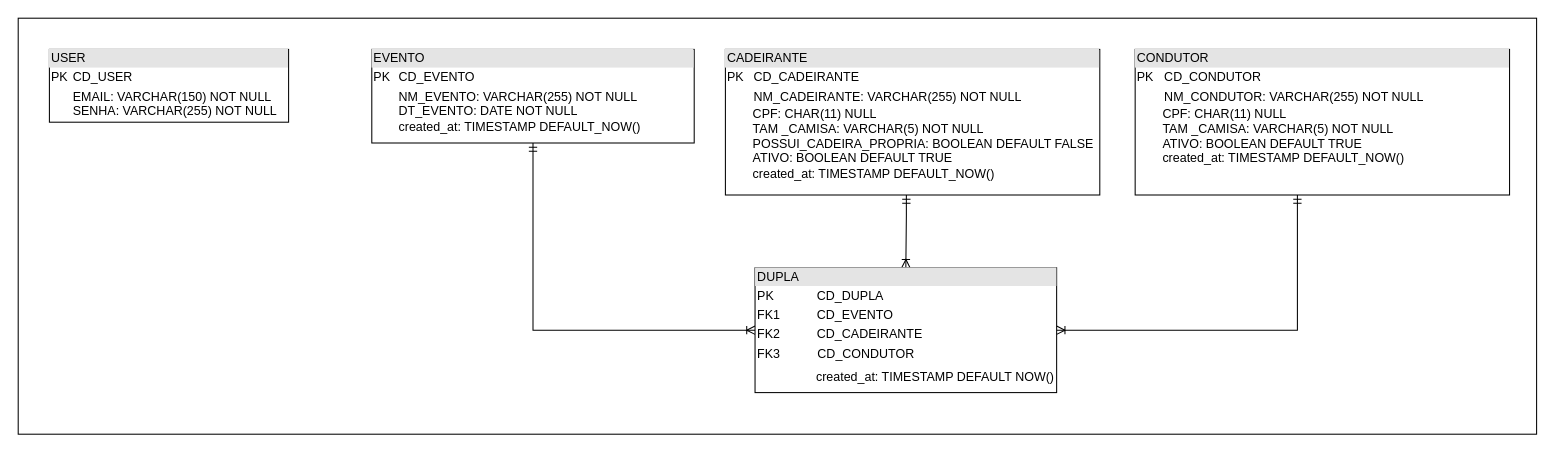
The draw.io diagram RFC/MODELO_DADOS/esquema_bd.drawio in LuizFelipeSchroderMarcon/Pernas_Solidarias, before the edit. Source tidied: cells renumbered, new cells numbered last; positions are measured from the earlier drawing's top-left corner, leaving out a move shared by most shapes. Both pictures are drawn from the tidied source at 104%, with x=0, y=0 at pixel (18, 18).
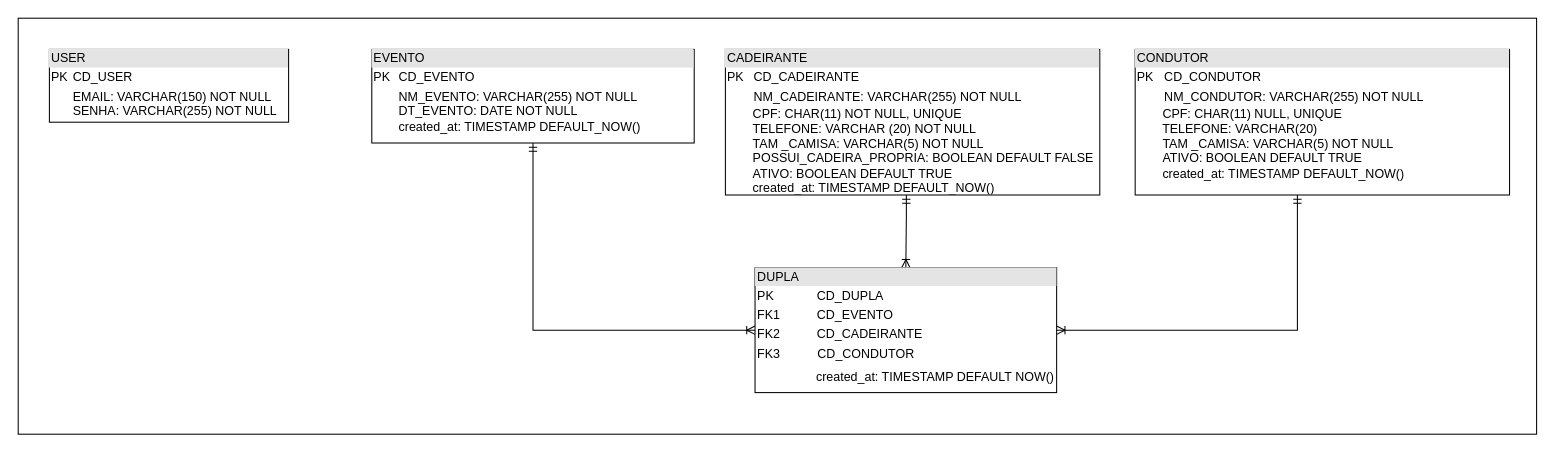
After the change.

Commit message (it also covers changes not shown here):
Atualizando arquivos

The edit, as a diff of the source:
```diff
@@
 <mxGraphModel>
   <root>
     <mxCell id="0" />
     <mxCell id="1" parent="0" />
     <mxCell id="2" style="rounded=0;whiteSpace=wrap;html=1;" parent="1" vertex="1">
       <mxGeometry width="1460" height="400" as="geometry" />
     </mxCell>
     <mxCell id="3" value="&lt;div style=&quot;box-sizing: border-box; width: 100%; background: rgb(228, 228, 228); padding: 2px;&quot;&gt;USER&lt;/div&gt;&lt;table style=&quot;width:100%;font-size:1em;&quot; cellpadding=&quot;2&quot; cellspacing=&quot;0&quot;&gt;&lt;tbody&gt;&lt;tr&gt;&lt;td&gt;PK&lt;/td&gt;&lt;td&gt;CD_USER&lt;/td&gt;&lt;/tr&gt;&lt;tr&gt;&lt;td&gt;&lt;/td&gt;&lt;td&gt;EMAIL: VARCHAR(150) NOT NULL&lt;br&gt;SENHA: VARCHAR(255) NOT NULL&lt;/td&gt;&lt;/tr&gt;&lt;/tbody&gt;&lt;/table&gt;" style="verticalAlign=top;align=left;overflow=fill;html=1;whiteSpace=wrap;" parent="1" vertex="1">
       <mxGeometry x="30" y="30" width="230" height="70" as="geometry" />
     </mxCell>
     <mxCell id="4" style="edgeStyle=orthogonalEdgeStyle;rounded=0;jettySize=auto;html=1;entryX=0;entryY=0.5;entryDx=0;entryDy=0;startArrow=ERmandOne;startFill=0;endArrow=ERoneToMany;endFill=0;" parent="1" edge="1" source="5" target="11">
       <mxGeometry relative="1" as="geometry">
         <Array as="points">
           <mxPoint x="495" y="300" />
         </Array>
       </mxGeometry>
     </mxCell>
     <mxCell id="5" value="&lt;div style=&quot;box-sizing: border-box; width: 100%; background: rgb(228, 228, 228); padding: 2px;&quot;&gt;EVENTO&lt;/div&gt;&lt;table style=&quot;width:100%;font-size:1em;&quot; cellpadding=&quot;2&quot; cellspacing=&quot;0&quot;&gt;&lt;tbody&gt;&lt;tr&gt;&lt;td&gt;PK&lt;/td&gt;&lt;td&gt;CD_EVENTO&lt;/td&gt;&lt;/tr&gt;&lt;tr&gt;&lt;td&gt;&lt;/td&gt;&lt;td&gt;NM_EVENTO: VARCHAR(255) NOT NULL&lt;br&gt;DT_EVENTO: DATE NOT NULL&lt;br&gt;created_at: TIMESTAMP DEFAULT_NOW()&lt;br&gt;&lt;br&gt;&lt;/td&gt;&lt;/tr&gt;&lt;/tbody&gt;&lt;/table&gt;" style="verticalAlign=top;align=left;overflow=fill;html=1;whiteSpace=wrap;" parent="1" vertex="1">
       <mxGeometry x="340" y="30" width="310" height="90" as="geometry" />
     </mxCell>
     <mxCell id="6" style="edgeStyle=orthogonalEdgeStyle;rounded=0;jettySize=auto;html=1;entryX=0.5;entryY=0;entryDx=0;entryDy=0;startArrow=ERmandOne;startFill=0;endArrow=ERoneToMany;endFill=0;" parent="1" edge="1" source="7" target="11">
       <mxGeometry relative="1" as="geometry">
         <Array as="points">
           <mxPoint x="854" y="190" />
           <mxPoint x="854" y="190" />
         </Array>
       </mxGeometry>
     </mxCell>
-    <mxCell id="7" value="&lt;div style=&quot;box-sizing: border-box; width: 100%; background: rgb(228, 228, 228); padding: 2px;&quot;&gt;CADEIRANTE&lt;/div&gt;&lt;table style=&quot;width:100%;font-size:1em;&quot; cellpadding=&quot;2&quot; cellspacing=&quot;0&quot;&gt;&lt;tbody&gt;&lt;tr&gt;&lt;td&gt;PK&lt;/td&gt;&lt;td&gt;CD_CADEIRANTE&lt;/td&gt;&lt;/tr&gt;&lt;tr&gt;&lt;td&gt;&lt;/td&gt;&lt;td&gt;NM_CADEIRANTE: VARCHAR(255) NOT NULL&lt;/td&gt;&lt;/tr&gt;&lt;/tbody&gt;&lt;/table&gt;&lt;span style=&quot;white-space: pre;&quot;&gt;&#9;&lt;/span&gt;CPF: CHAR(11) NULL&lt;div&gt;&lt;span style=&quot;white-space: pre;&quot;&gt;&#9;&lt;/span&gt;TAM _CAMISA: VARCHAR(5) NOT NULL&lt;/div&gt;&lt;div&gt;&lt;span style=&quot;white-space: pre;&quot;&gt;&#9;&lt;/span&gt;POSSUI_CADEIRA_PROPRIA: BOOLEAN DEFAULT FALSE&lt;/div&gt;&lt;div&gt;&lt;span style=&quot;white-space: pre;&quot;&gt;&#9;&lt;/span&gt;ATIVO: BOOLEAN DEFAULT TRUE&lt;/div&gt;&lt;div&gt;&lt;span style=&quot;white-space: pre;&quot;&gt;&#9;&lt;/span&gt;created_at: TIMESTAMP DEFAULT_NOW()&lt;br&gt;&lt;div&gt;&lt;span style=&quot;white-space: pre;&quot;&gt;&#9;&lt;/span&gt;&lt;br&gt;&lt;/div&gt;&lt;/div&gt;" style="verticalAlign=top;align=left;overflow=fill;html=1;whiteSpace=wrap;" parent="1" vertex="1">
+    <mxCell id="7" value="&lt;div style=&quot;box-sizing: border-box; width: 100%; background: rgb(228, 228, 228); padding: 2px;&quot;&gt;CADEIRANTE&lt;/div&gt;&lt;table style=&quot;width:100%;font-size:1em;&quot; cellpadding=&quot;2&quot; cellspacing=&quot;0&quot;&gt;&lt;tbody&gt;&lt;tr&gt;&lt;td&gt;PK&lt;/td&gt;&lt;td&gt;CD_CADEIRANTE&lt;/td&gt;&lt;/tr&gt;&lt;tr&gt;&lt;td&gt;&lt;/td&gt;&lt;td&gt;NM_CADEIRANTE: VARCHAR(255) NOT NULL&lt;/td&gt;&lt;/tr&gt;&lt;/tbody&gt;&lt;/table&gt;&lt;span style=&quot;white-space: pre;&quot;&gt;&#9;&lt;/span&gt;CPF: CHAR(11) NOT NULL, UNIQUE&lt;div&gt;&amp;nbsp; &amp;nbsp; &amp;nbsp; &amp;nbsp; TELEFONE: VARCHAR (20) NOT NULL&lt;br&gt;&lt;div&gt;&lt;span style=&quot;white-space: pre;&quot;&gt;&#9;&lt;/span&gt;TAM _CAMISA: VARCHAR(5) NOT NULL&lt;/div&gt;&lt;div&gt;&lt;span style=&quot;white-space: pre;&quot;&gt;&#9;&lt;/span&gt;POSSUI_CADEIRA_PROPRIA: BOOLEAN DEFAULT FALSE&lt;/div&gt;&lt;div&gt;&lt;span style=&quot;white-space: pre;&quot;&gt;&#9;&lt;/span&gt;ATIVO: BOOLEAN DEFAULT TRUE&lt;/div&gt;&lt;div&gt;&lt;span style=&quot;white-space: pre;&quot;&gt;&#9;&lt;/span&gt;created_at: TIMESTAMP DEFAULT_NOW()&lt;br&gt;&lt;div&gt;&lt;span style=&quot;white-space: pre;&quot;&gt;&#9;&lt;/span&gt;&lt;br&gt;&lt;/div&gt;&lt;/div&gt;&lt;/div&gt;" style="verticalAlign=top;align=left;overflow=fill;html=1;whiteSpace=wrap;" parent="1" vertex="1">
       <mxGeometry x="680" y="30" width="360" height="140" as="geometry" />
     </mxCell>
     <mxCell id="8" style="edgeStyle=orthogonalEdgeStyle;rounded=0;jettySize=auto;html=1;entryX=1;entryY=0.5;entryDx=0;entryDy=0;startArrow=ERmandOne;startFill=0;endArrow=ERoneToMany;endFill=0;" parent="1" edge="1" source="9" target="11">
       <mxGeometry relative="1" as="geometry">
         <Array as="points">
           <mxPoint x="1230" y="300" />
         </Array>
       </mxGeometry>
     </mxCell>
-    <mxCell id="9" value="&lt;div style=&quot;box-sizing: border-box; width: 100%; background: rgb(228, 228, 228); padding: 2px;&quot;&gt;CONDUTOR&lt;/div&gt;&lt;table style=&quot;width:100%;font-size:1em;&quot; cellpadding=&quot;2&quot; cellspacing=&quot;0&quot;&gt;&lt;tbody&gt;&lt;tr&gt;&lt;td&gt;PK&lt;/td&gt;&lt;td&gt;CD_CONDUTOR&lt;/td&gt;&lt;/tr&gt;&lt;tr&gt;&lt;td&gt;&lt;/td&gt;&lt;td&gt;NM_CONDUTOR: VARCHAR(255) NOT NULL&lt;/td&gt;&lt;/tr&gt;&lt;/tbody&gt;&lt;/table&gt;&lt;span style=&quot;white-space: pre;&quot;&gt;&#9;&lt;/span&gt;CPF: CHAR(11) NULL&lt;div&gt;&lt;span style=&quot;white-space: pre;&quot;&gt;&#9;&lt;/span&gt;TAM _CAMISA: VARCHAR(5) NOT NULL&lt;/div&gt;&lt;div&gt;&lt;span style=&quot;white-space: pre;&quot;&gt;&#9;&lt;/span&gt;ATIVO: BOOLEAN DEFAULT TRUE&lt;/div&gt;&lt;div&gt;&lt;span style=&quot;white-space: pre;&quot;&gt;&#9;&lt;/span&gt;created_at: TIMESTAMP DEFAULT_NOW()&lt;br&gt;&lt;div&gt;&lt;span style=&quot;white-space: pre;&quot;&gt;&#9;&lt;/span&gt;&lt;br&gt;&lt;/div&gt;&lt;/div&gt;" style="verticalAlign=top;align=left;overflow=fill;html=1;whiteSpace=wrap;" parent="1" vertex="1">
+    <mxCell id="9" value="&lt;div style=&quot;box-sizing: border-box; width: 100%; background: rgb(228, 228, 228); padding: 2px;&quot;&gt;CONDUTOR&lt;/div&gt;&lt;table style=&quot;width:100%;font-size:1em;&quot; cellpadding=&quot;2&quot; cellspacing=&quot;0&quot;&gt;&lt;tbody&gt;&lt;tr&gt;&lt;td&gt;PK&lt;/td&gt;&lt;td&gt;CD_CONDUTOR&lt;/td&gt;&lt;/tr&gt;&lt;tr&gt;&lt;td&gt;&lt;/td&gt;&lt;td&gt;NM_CONDUTOR: VARCHAR(255) NOT NULL&lt;/td&gt;&lt;/tr&gt;&lt;/tbody&gt;&lt;/table&gt;&lt;span style=&quot;white-space: pre;&quot;&gt;&#9;&lt;/span&gt;CPF: CHAR(11) NULL, UNIQUE&lt;div&gt;&amp;nbsp; &amp;nbsp; &amp;nbsp; &amp;nbsp; TELEFONE: VARCHAR(20)&lt;br&gt;&lt;div&gt;&lt;span style=&quot;white-space: pre;&quot;&gt;&#9;&lt;/span&gt;TAM _CAMISA: VARCHAR(5) NOT NULL&lt;/div&gt;&lt;div&gt;&lt;span style=&quot;white-space: pre;&quot;&gt;&#9;&lt;/span&gt;ATIVO: BOOLEAN DEFAULT TRUE&lt;/div&gt;&lt;div&gt;&lt;span style=&quot;white-space: pre;&quot;&gt;&#9;&lt;/span&gt;created_at: TIMESTAMP DEFAULT_NOW()&lt;br&gt;&lt;div&gt;&lt;span style=&quot;white-space: pre;&quot;&gt;&#9;&lt;/span&gt;&lt;br&gt;&lt;/div&gt;&lt;/div&gt;&lt;/div&gt;" style="verticalAlign=top;align=left;overflow=fill;html=1;whiteSpace=wrap;" parent="1" vertex="1">
       <mxGeometry x="1074" y="30" width="360" height="140" as="geometry" />
     </mxCell>
     <mxCell id="10" style="group;" parent="1" vertex="1">
       <mxGeometry x="708.5" y="240" width="303" height="120" as="geometry" />
     </mxCell>
     <mxCell id="11" value="&lt;div style=&quot;box-sizing: border-box; width: 100%; background: rgb(228, 228, 228); padding: 2px;&quot;&gt;DUPLA&lt;/div&gt;&lt;table style=&quot;width:100%;font-size:1em;&quot; cellpadding=&quot;2&quot; cellspacing=&quot;0&quot;&gt;&lt;tbody&gt;&lt;tr&gt;&lt;td&gt;PK&lt;/td&gt;&lt;td&gt;CD_DUPLA&lt;/td&gt;&lt;/tr&gt;&lt;tr&gt;&lt;td&gt;FK1&lt;/td&gt;&lt;td&gt;CD_EVENTO&lt;br&gt;&lt;/td&gt;&lt;/tr&gt;&lt;tr&gt;&lt;td&gt;FK2&lt;/td&gt;&lt;td&gt;CD_CADEIRANTE&lt;br&gt;&lt;/td&gt;&lt;/tr&gt;&lt;/tbody&gt;&lt;/table&gt;&lt;table cellpadding=&quot;2&quot; cellspacing=&quot;0&quot; style=&quot;font-size: 1em; width: 180px;&quot;&gt;&lt;tbody&gt;&lt;tr&gt;&lt;td&gt;FK3&lt;/td&gt;&lt;td&gt;&amp;nbsp; &amp;nbsp; &amp;nbsp; &amp;nbsp; CD_CONDUTOR&lt;/td&gt;&lt;/tr&gt;&lt;/tbody&gt;&lt;/table&gt;" style="verticalAlign=top;align=left;overflow=fill;html=1;whiteSpace=wrap;" parent="10" vertex="1">
       <mxGeometry width="290" height="120" as="geometry" />
     </mxCell>
     <mxCell id="12" value="created_at: TIMESTAMP DEFAULT NOW()" style="text;html=1;whiteSpace=wrap;strokeColor=none;fillColor=none;align=center;verticalAlign=middle;rounded=0;" parent="10" vertex="1">
       <mxGeometry x="43" y="90" width="260" height="30" as="geometry" />
     </mxCell>
   </root>
 </mxGraphModel>
```
